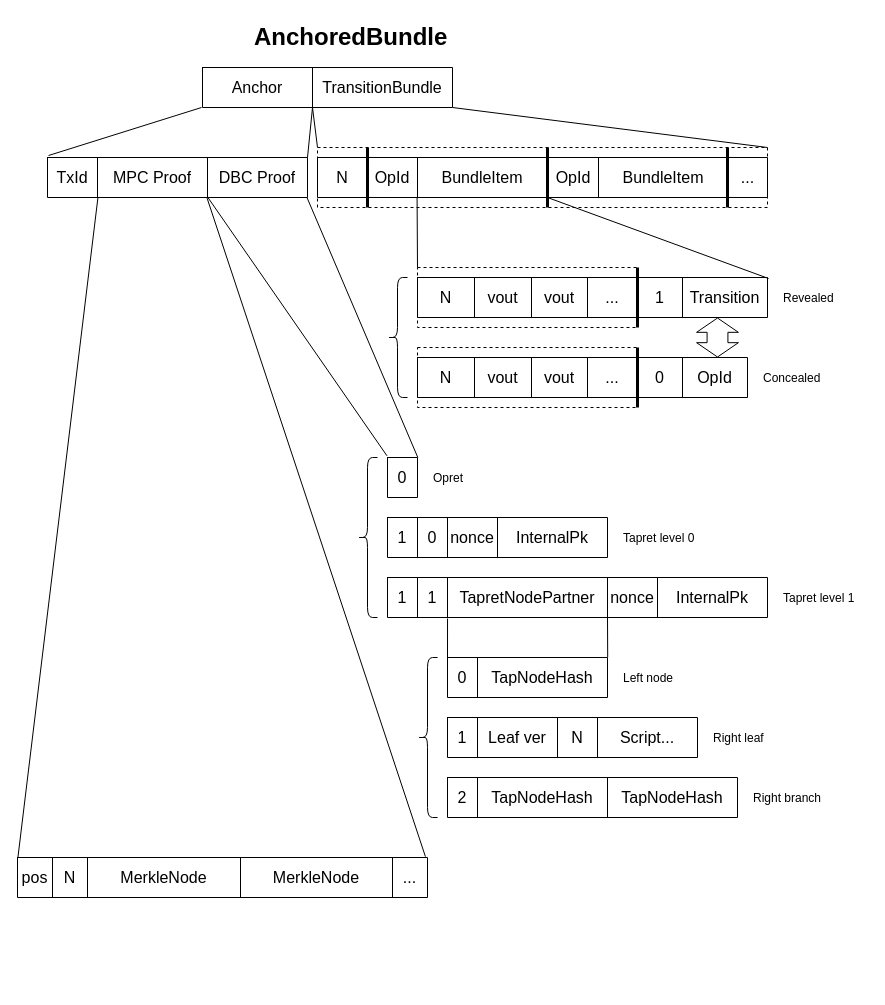
RGB-WG/uml keeps this draw.io diagram as page "AnchoredBundle" (1 of 5) of RGB diagrams.drawio. Above is the earlier version. Source tidied: cells renumbered, new cells numbered last; positions are measured from the earlier drawing's top-left corner, leaving out a move shared by most shapes. Both pictures are drawn from the tidied source at 100%, with x=0, y=0 at pixel (17, 17).
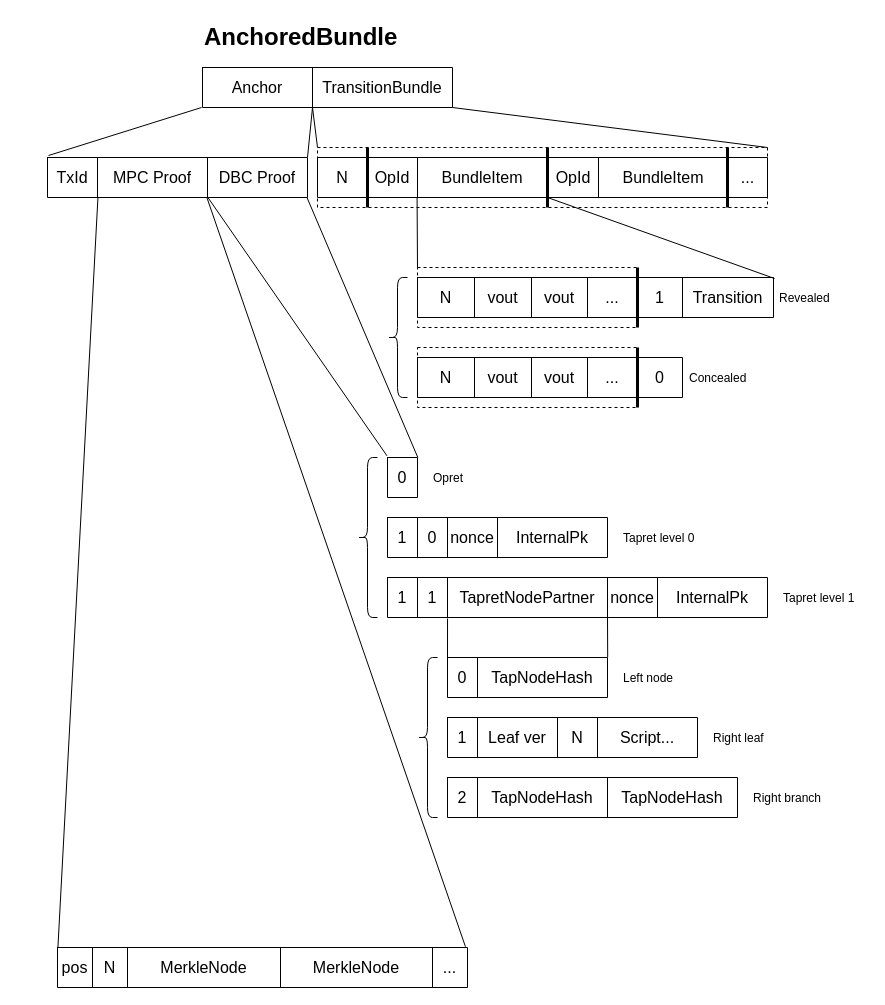
The same diagram, later.

Diff of the diagram source:
```diff
@@
     <mxCell id="16" style="shape=table;startSize=0;childLayout=tableLayout;fontSize=16;" parent="1" vertex="1">
-      <mxGeometry x="400" y="260" width="350" height="40" as="geometry" />
+      <mxGeometry x="400" y="260" width="356" height="40" as="geometry" />
     </mxCell>
     <mxCell id="17" style="shape=tableRow;horizontal=0;startSize=0;swimlaneHead=0;swimlaneBody=0;strokeColor=inherit;top=0;left=0;bottom=0;right=0;fillColor=none;points=[[0,0.5],[1,0.5]];portConstraint=eastwest;fontSize=16;" parent="16" vertex="1">
-      <mxGeometry width="350" height="40" as="geometry" />
+      <mxGeometry width="356" height="40" as="geometry" />
     </mxCell>
@@
     <mxCell id="23" value="Transition" style="shape=partialRectangle;html=1;whiteSpace=wrap;strokeColor=inherit;overflow=hidden;fillColor=none;top=0;left=0;bottom=0;right=0;fontSize=16;" parent="17" vertex="1">
-      <mxGeometry x="265" width="85" height="40" as="geometry" />
+      <mxGeometry x="265" width="91" height="40" as="geometry" />
     </mxCell>
@@
     <mxCell id="33" value="AnchoredBundle" style="text;strokeColor=none;fillColor=none;html=1;fontSize=24;fontStyle=1;verticalAlign=middle;align=left;" parent="1" vertex="1">
-      <mxGeometry x="235" width="210" height="40" as="geometry" />
+      <mxGeometry x="185" width="210" height="40" as="geometry" />
     </mxCell>
@@
     <mxCell id="50" style="shape=table;startSize=0;childLayout=tableLayout;fontSize=16;" parent="1" vertex="1">
-      <mxGeometry x="400" y="340" width="330" height="40" as="geometry" />
+      <mxGeometry x="400" y="340" width="265" height="40" as="geometry" />
     </mxCell>
     <mxCell id="51" style="shape=tableRow;horizontal=0;startSize=0;swimlaneHead=0;swimlaneBody=0;strokeColor=inherit;top=0;left=0;bottom=0;right=0;fillColor=none;fontSize=16;" parent="50" vertex="1">
-      <mxGeometry width="330" height="40" as="geometry" />
+      <mxGeometry width="265" height="40" as="geometry" />
     </mxCell>
@@
-    <mxCell id="57" value="OpId" style="shape=partialRectangle;html=1;whiteSpace=wrap;strokeColor=inherit;overflow=hidden;fillColor=none;top=0;left=0;bottom=0;right=0;fontSize=16;" parent="51" vertex="1">
-      <mxGeometry x="265" width="65" height="40" as="geometry" />
-    </mxCell>
@@
     <mxCell id="97" style="shape=table;startSize=0;childLayout=tableLayout;fontSize=16;" parent="1" vertex="1">
-      <mxGeometry y="840" width="410" height="40" as="geometry" />
+      <mxGeometry x="40" y="930" width="410" height="40" as="geometry" />
     </mxCell>
@@
-    <mxCell id="105" style="shape=flexArrow;endArrow=classic;startArrow=classic;html=1;rounded=0;width=20.833333333333336;endSize=4.441666666666667;startSize=4.441666666666667;" parent="1" edge="1">
-      <mxGeometry relative="1" as="geometry">
-        <mxPoint x="700" y="340" as="sourcePoint" />
-        <mxPoint x="700" y="300" as="targetPoint" />
-      </mxGeometry>
-    </mxCell>
     <mxCell id="106" value="Revealed" style="text;strokeColor=none;fillColor=none;align=left;verticalAlign=top;spacingLeft=4;spacingRight=4;overflow=hidden;whiteSpace=wrap;html=1;" parent="1" vertex="1">
-      <mxGeometry x="760" y="267" width="60" height="26" as="geometry" />
+      <mxGeometry x="756" y="267" width="60" height="26" as="geometry" />
     </mxCell>
     <mxCell id="107" value="Concealed" style="text;strokeColor=none;fillColor=none;align=left;verticalAlign=top;spacingLeft=4;spacingRight=4;overflow=hidden;whiteSpace=wrap;html=1;" parent="1" vertex="1">
-      <mxGeometry x="740" y="347" width="80" height="26" as="geometry" />
+      <mxGeometry x="666" y="347" width="80" height="26" as="geometry" />
     </mxCell>
```
